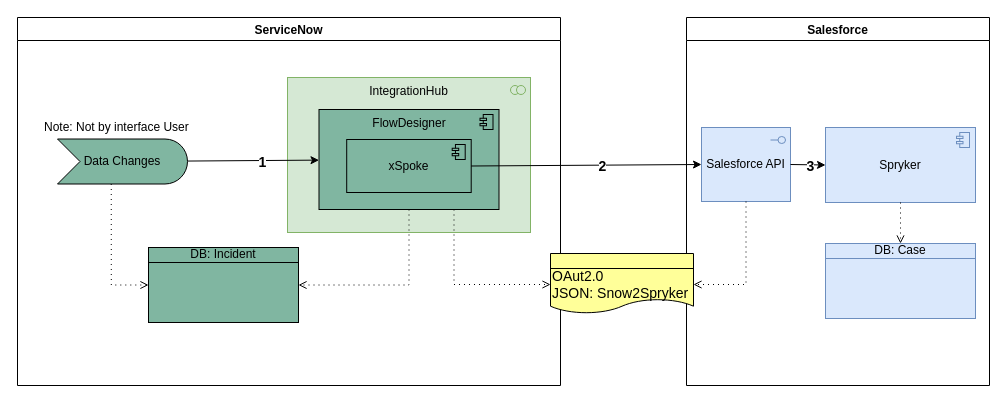
This is page "Snow2SolMan" (1 of 2) of SNowSpryker.drawio from algimas/tmp, a draw.io file, before an edit. Source tidied: cells renumbered, new cells numbered last; positions are measured from the earlier drawing's top-left corner, leaving out a move shared by most shapes. Both pictures are drawn from the tidied source at 100%, with x=0, y=0 at pixel (17, 17).
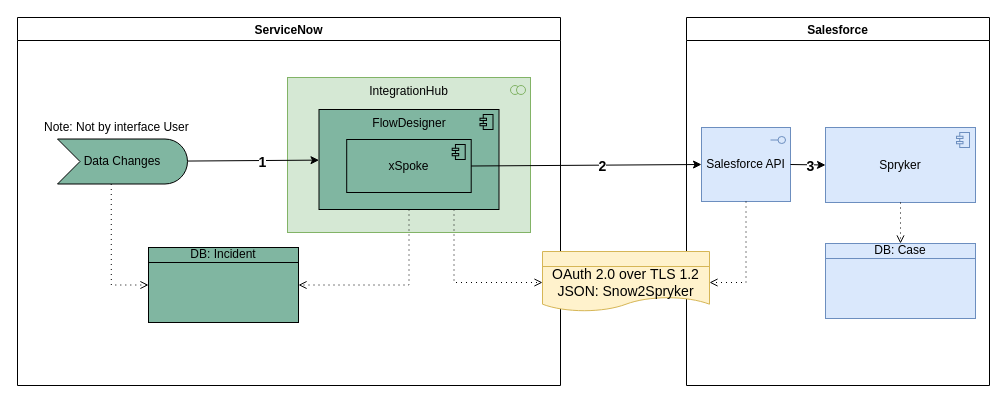
The same page after the edit.

Diff of the diagram source:
```diff
@@
-    <mxCell id="22" value="OAut2.0&lt;br&gt;&lt;div&gt;JSON: Snow2Spryker&lt;/div&gt;" style="html=1;outlineConnect=0;whiteSpace=wrap;fillColor=#ffff99;shape=mxgraph.archimate3.representation;fontSize=14;align=left;" parent="1" vertex="1">
-      <mxGeometry x="533" y="236" width="143" height="62" as="geometry" />
+    <mxCell id="22" value="OAuth 2.0 over TLS 1.2&lt;br&gt;&lt;div&gt;JSON: Snow2Spryker&lt;/div&gt;" style="html=1;outlineConnect=0;whiteSpace=wrap;fillColor=#fff2cc;shape=mxgraph.archimate3.representation;fontSize=14;align=center;strokeColor=#d6b656;" parent="1" vertex="1">
+      <mxGeometry x="525" y="234" width="167" height="62" as="geometry" />
     </mxCell>
```
